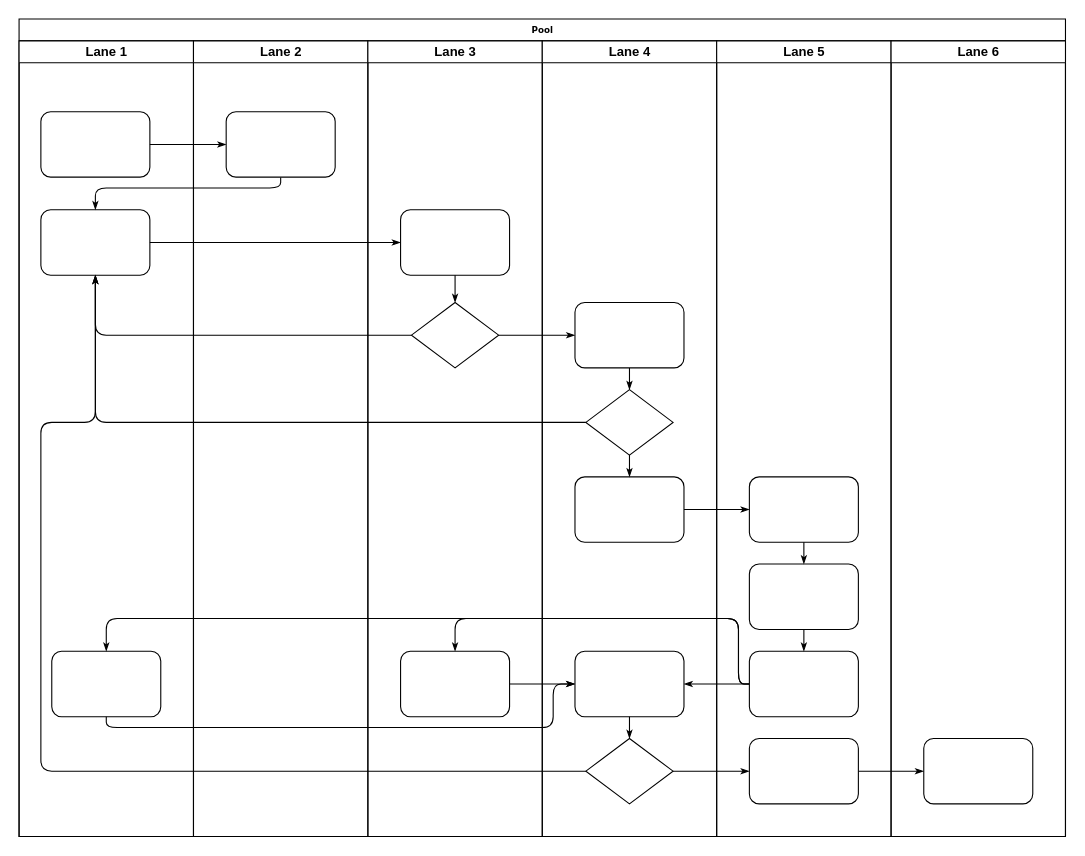
The draw.io diagram Связь между сервисами.drawio in brother-ur/full-stats-diagrams, before the edit. Source tidied: cells renumbered, new cells numbered last; positions are measured from the earlier drawing's top-left corner, leaving out a move shared by most shapes. Both pictures are drawn from the tidied source at 109%, with x=0, y=0 at pixel (19, 19).
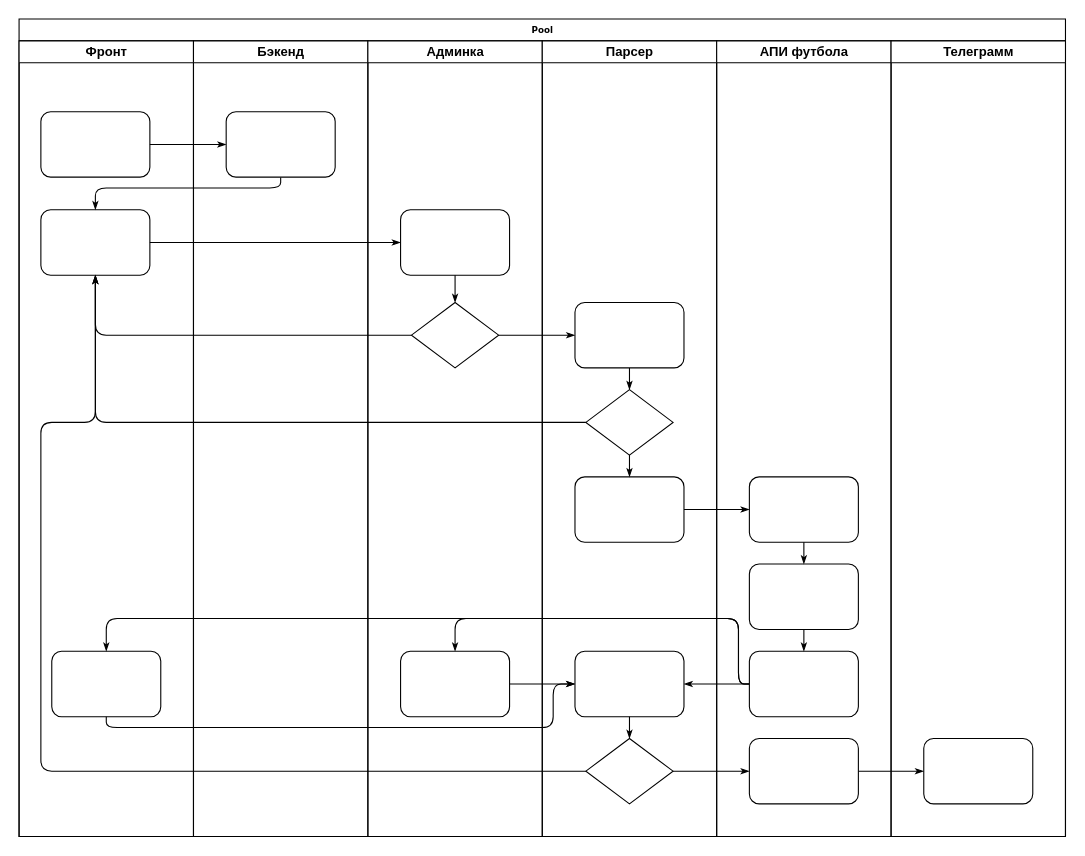
The same page after the edit.

The change refers to these unchanged cells:
```xml
<mxCell id="2" value="Pool" style="swimlane;html=1;startSize=20;rounded=0;shadow=0;labelBackgroundColor=none;strokeWidth=1;fontFamily=Verdana;fontSize=8;align=center;" parent="1" vertex="1">
  <mxGeometry width="960" height="750" as="geometry" />
</mxCell>
```

What changed in the source:
```diff
@@
-    <mxCell id="3" value="Lane 1" style="swimlane;html=1;startSize=20;" parent="2" vertex="1">
+    <mxCell id="3" value="Фронт" style="swimlane;html=1;startSize=20;" parent="2" vertex="1">
       <mxGeometry y="20" width="160" height="730" as="geometry" />
     </mxCell>
@@
-    <mxCell id="22" value="Lane 2" style="swimlane;html=1;startSize=20;" parent="2" vertex="1">
+    <mxCell id="22" value="Бэкенд" style="swimlane;html=1;startSize=20;" parent="2" vertex="1">
       <mxGeometry x="160" y="20" width="160" height="730" as="geometry" />
     </mxCell>
@@
-    <mxCell id="24" value="Lane 3" style="swimlane;html=1;startSize=20;" parent="2" vertex="1">
+    <mxCell id="24" value="Админка" style="swimlane;html=1;startSize=20;" parent="2" vertex="1">
       <mxGeometry x="320" y="20" width="160" height="730" as="geometry" />
     </mxCell>
@@
-    <mxCell id="29" value="Lane 4" style="swimlane;html=1;startSize=20;" parent="2" vertex="1">
+    <mxCell id="29" value="Парсер" style="swimlane;html=1;startSize=20;" parent="2" vertex="1">
       <mxGeometry x="480" y="20" width="160" height="730" as="geometry" />
     </mxCell>
@@
-    <mxCell id="38" value="Lane 5" style="swimlane;html=1;startSize=20;" parent="2" vertex="1">
+    <mxCell id="38" value="АПИ футбола" style="swimlane;html=1;startSize=20;" parent="2" vertex="1">
       <mxGeometry x="640" y="20" width="160" height="730" as="geometry" />
     </mxCell>
@@
-    <mxCell id="45" value="Lane 6" style="swimlane;html=1;startSize=20;" parent="2" vertex="1">
+    <mxCell id="45" value="Телеграмм" style="swimlane;html=1;startSize=20;" parent="2" vertex="1">
       <mxGeometry x="800" y="20" width="160" height="730" as="geometry" />
     </mxCell>
```
